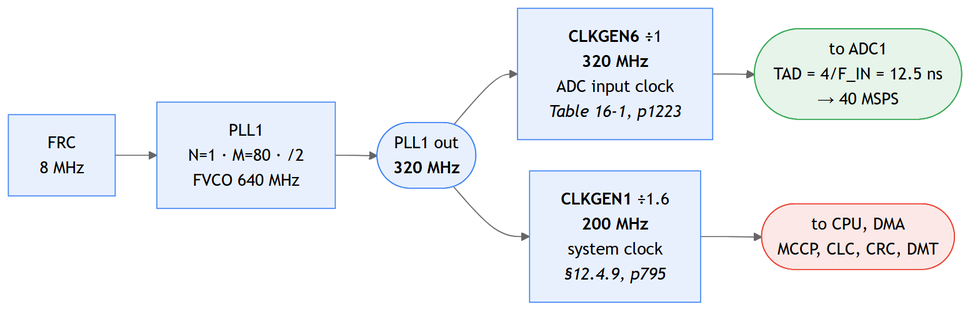
The Mermaid diagram docs/01_clock_tree.png in MicrochipTech/dspic33a-high-speed-adc-example, before a commit. Its source is kept beside it as docs/01_clock_tree.mmd.
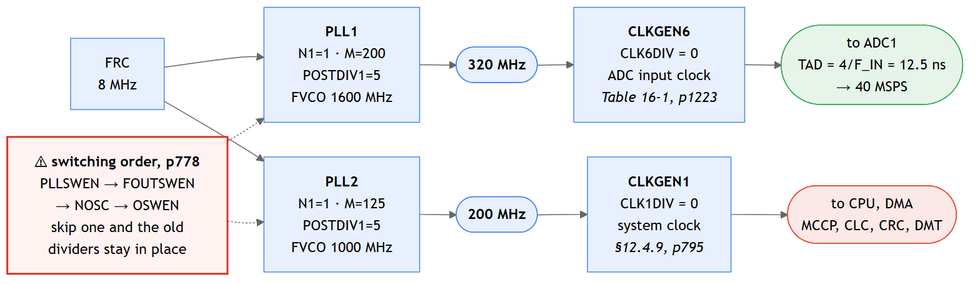
After the change.

Commit message:
Fix the PLL switching sequence; align the clock setup with the official example

Change to the diagram source:
```diff
@@ -1,19 +1,24 @@
 %%{init: {'theme':'neutral', 'flowchart':{'curve':'basis','nodeSpacing':30,'rankSpacing':40,'htmlLabels':true}}}%%
 flowchart LR
 
-    FRC["FRC<br/>8 MHz"] --> PLL1["PLL1<br/>N=1 · M=80 · /2<br/>FVCO 640 MHz"] --> OUT(["PLL1 out<br/><b>320 MHz</b>"])
-    OUT --> G6["<b>CLKGEN6</b> ÷1<br/><b>320 MHz</b><br/>ADC input clock<br/><i>Table 16-1, p1223</i>"]
-    OUT --> G1["<b>CLKGEN1</b> ÷1.6<br/><b>200 MHz</b><br/>system clock<br/><i>§12.4.9, p795</i>"]
+    FRC["FRC<br/>8 MHz"] --> PLL1["<b>PLL1</b><br/>N1=1 · M=200<br/>POSTDIV1=5<br/>FVCO 1600 MHz"]
+    FRC --> PLL2["<b>PLL2</b><br/>N1=1 · M=125<br/>POSTDIV1=5<br/>FVCO 1000 MHz"]
+    PLL1 --> O1(["<b>320 MHz</b>"])
+    PLL2 --> O2(["<b>200 MHz</b>"])
+    O1 --> G6["<b>CLKGEN6</b><br/>CLK6DIV = 0<br/>ADC input clock<br/><i>Table 16-1, p1223</i>"]
+    O2 --> G1["<b>CLKGEN1</b><br/>CLK1DIV = 0<br/>system clock<br/><i>§12.4.9, p795</i>"]
     G6 --> ADC(["to ADC1<br/>TAD = 4/F_IN = 12.5 ns<br/>→ 40 MSPS"])
     G1 --> CPU(["to CPU, DMA<br/>MCCP, CLC, CRC, DMT"])
+    SEQ["⚠ <b>switching order, p778</b><br/>PLLSWEN → FOUTSWEN<br/>→ NOSC → OSWEN<br/>skip one and the old<br/>dividers stay in place"]
+    SEQ -.-> PLL1
+    SEQ -.-> PLL2
 
     classDef clk  fill:#e8f0fe,stroke:#4285f4
     classDef adc  fill:#e6f4ea,stroke:#34a853
-    classDef dma  fill:#fef7e0,stroke:#f9ab00
     classDef cpu  fill:#fce8e6,stroke:#ea4335
     classDef warn fill:#fff3f2,stroke:#d93025,stroke-width:2px
-    classDef buf  fill:#ffffff,stroke:#5f6368
 
-    class FRC,PLL1,OUT,G1,G6 clk
+    class FRC,PLL1,PLL2,O1,O2,G1,G6 clk
     class ADC adc
     class CPU cpu
+    class SEQ warn
```
